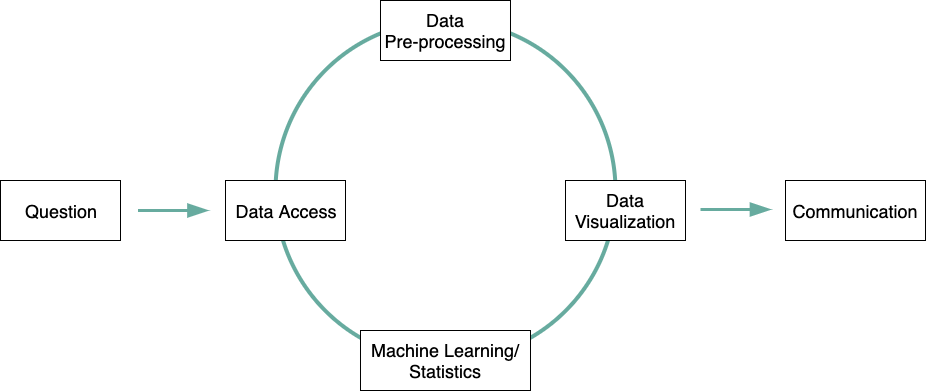
Before: img/ds-workflow.png, a diagram exported from draw.io (sereprz/from-hot-mess-to-information). Source tidied: cells renumbered, new cells last; positions are measured from the earlier drawing's top-left corner, leaving out a move shared by most shapes.
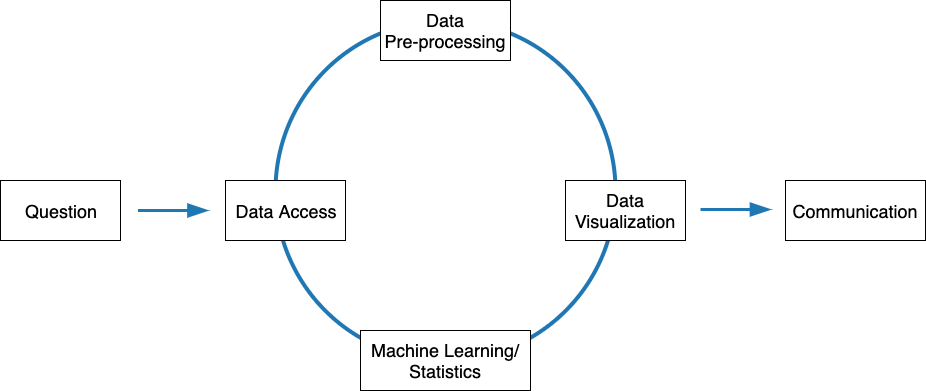
After the commit.

Change to the diagram source:
```diff
@@ -2,7 +2,7 @@
   <root>
     <mxCell id="0" />
     <mxCell id="1" parent="0" />
-    <mxCell id="2" style="ellipse;whiteSpace=wrap;html=1;strokeColor=#67AB9F;strokeWidth=4;" parent="1" vertex="1">
+    <mxCell id="2" style="ellipse;whiteSpace=wrap;html=1;strokeColor=#1f77b4;strokeWidth=4;" parent="1" vertex="1">
       <mxGeometry x="275" y="20" width="340" height="340" as="geometry" />
     </mxCell>
     <mxCell id="3" value="&lt;font style=&quot;font-size: 18px&quot;&gt;Machine Learning/ Statistics&lt;/font&gt;" style="rounded=0;whiteSpace=wrap;html=1;strokeColor=#000000;strokeWidth=1;fontSize=18;" parent="1" vertex="1">
@@ -23,13 +23,13 @@
     <mxCell id="8" value="&lt;font style=&quot;font-size: 18px&quot;&gt;Question&lt;/font&gt;" style="rounded=0;whiteSpace=wrap;html=1;strokeColor=#000000;strokeWidth=1;fontSize=18;" parent="1" vertex="1">
       <mxGeometry y="180" width="120" height="60" as="geometry" />
     </mxCell>
-    <mxCell id="9" style="endArrow=blockThin;html=1;fontSize=20;strokeColor=#67AB9F;endSize=13;endFill=1;strokeWidth=3;" parent="1" edge="1">
+    <mxCell id="9" style="endArrow=blockThin;html=1;fontSize=20;strokeColor=#1f77b4;endSize=13;endFill=1;strokeWidth=3;" parent="1" edge="1">
       <mxGeometry relative="1" as="geometry">
         <mxPoint x="137.5" y="210" as="sourcePoint" />
         <mxPoint x="207.5" y="210" as="targetPoint" />
       </mxGeometry>
     </mxCell>
-    <mxCell id="10" style="endArrow=blockThin;html=1;fontSize=20;strokeColor=#67AB9F;endSize=13;endFill=1;strokeWidth=3;" parent="1" edge="1">
+    <mxCell id="10" style="endArrow=blockThin;html=1;fontSize=20;strokeColor=#1f77b4;endSize=13;endFill=1;strokeWidth=3;" parent="1" edge="1">
       <mxGeometry relative="1" as="geometry">
         <mxPoint x="700" y="209" as="sourcePoint" />
         <mxPoint x="770" y="209" as="targetPoint" />
```
